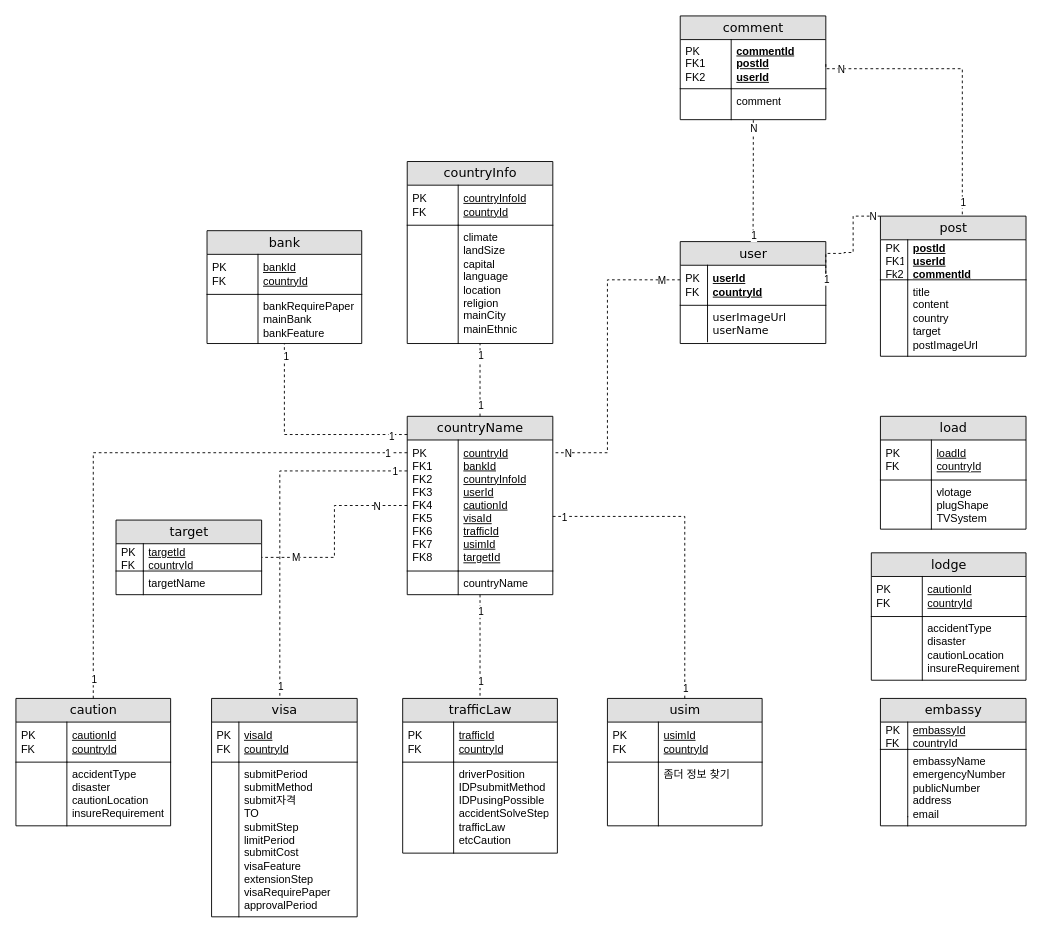
Above: ERD.drawio in qwe1234k/finalProjectERD (draw.io), before the change. Source tidied: cells renumbered, new cells numbered last; positions are measured from the earlier drawing's top-left corner, leaving out a move shared by most shapes. Both pictures are drawn from the tidied source at 91%, with x=0, y=0 at pixel (15, 15).
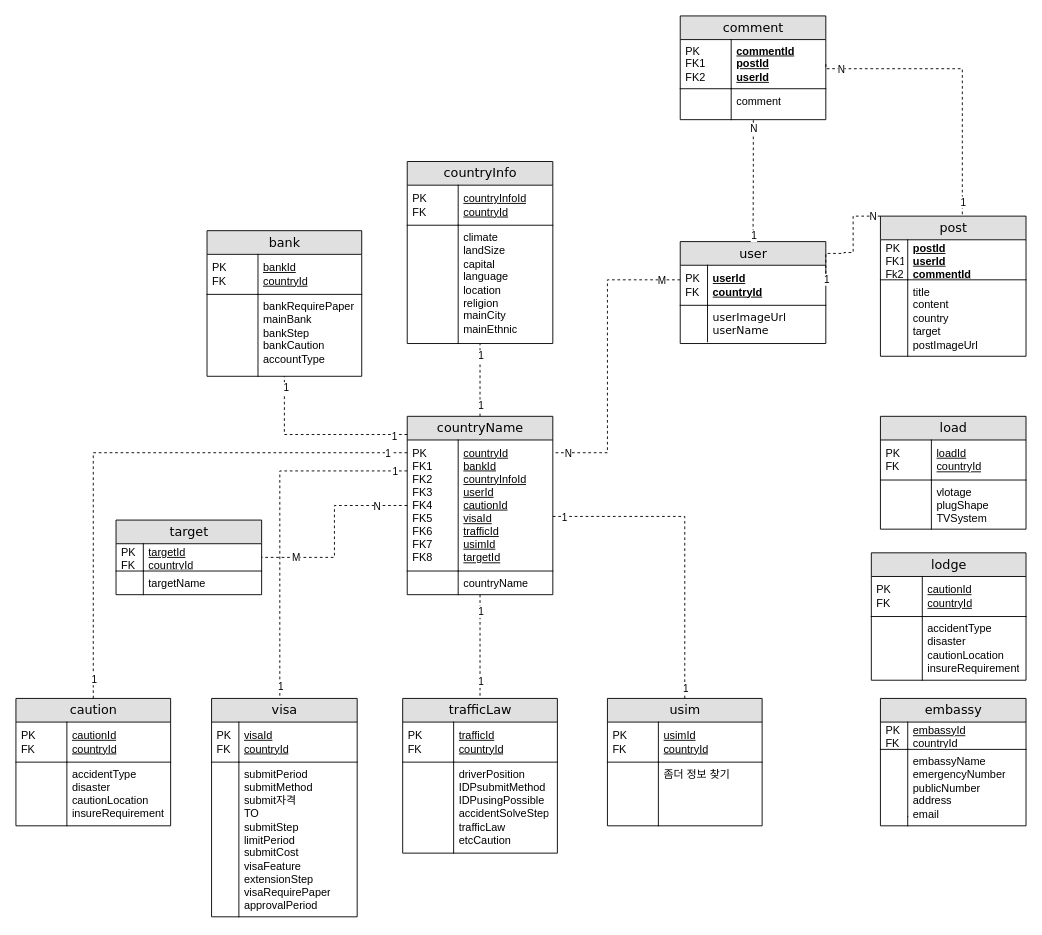
Above is the later version.

Diff of the diagram source:
```diff
@@
     <mxCell id="44" value="bank" style="swimlane;html=1;fontStyle=0;horizontal=1;startSize=26;fillColor=#e0e0e0;swimlaneFillColor=#ffffff;align=center;rounded=0;shadow=0;comic=0;labelBackgroundColor=none;strokeWidth=1;fontFamily=Verdana;fontSize=14;" parent="1" vertex="1">
-      <mxGeometry x="210" y="236" width="170" height="124" as="geometry" />
+      <mxGeometry x="210" y="236" width="170" height="160" as="geometry" />
     </mxCell>
@@
-    <mxCell id="47" value="bankRequirePaper&lt;br&gt;mainBank&lt;br&gt;bankFeature" style="shape=partialRectangle;top=0;left=0;right=0;bottom=0;html=1;align=left;verticalAlign=top;fillColor=none;spacingLeft=60;spacingRight=4;whiteSpace=wrap;overflow=hidden;" parent="44" vertex="1">
-      <mxGeometry y="70" width="170" height="54" as="geometry" />
+    <mxCell id="47" value="bankRequirePaper&lt;br&gt;mainBank&lt;br&gt;bankStep&lt;br&gt;bankCaution&lt;br&gt;accountType" style="shape=partialRectangle;top=0;left=0;right=0;bottom=0;html=1;align=left;verticalAlign=top;fillColor=none;spacingLeft=60;spacingRight=4;whiteSpace=wrap;overflow=hidden;" parent="44" vertex="1">
+      <mxGeometry y="70" width="170" height="90" as="geometry" />
     </mxCell>
     <mxCell id="48" style="shape=partialRectangle;top=0;left=0;bottom=0;html=1;fillColor=none;align=left;verticalAlign=top;spacingLeft=4;spacingRight=4;whiteSpace=wrap;overflow=hidden;" parent="47" vertex="1">
-      <mxGeometry width="56" height="54" as="geometry" />
+      <mxGeometry width="56" height="90" as="geometry" />
     </mxCell>
```
